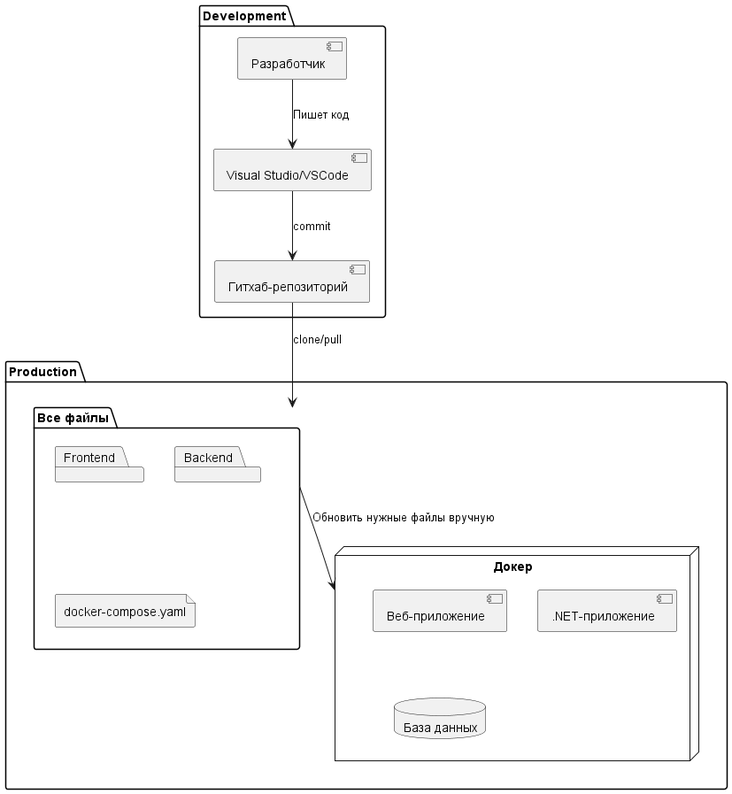
Above: out/Технический проект/Деплоймент/maintenance/maintenance.png in LiD-Meggatech/architecture (PlantUML), before the change. Its diagram source:
```plantuml
@startuml

package Development {
    component "Разработчик" as developer
    component "Visual Studio/VSCode" as IDE
    component "Гитхаб-репозиторий" as github

    developer --> IDE : "Пишет код"
    IDE --> github : "commit"
}

package Production {
    folder "Все файлы" as files {
        package "Frontend"
        package "Backend"
        file "docker-compose.yaml"
    }

    node "Докер" as docker {
        component "Веб-приложение"
        component ".NET-приложение"
        database "База данных"
    }
}

github --> files : "clone/pull"
files --> docker : "Обновить нужные файлы вручную"

@enduml
```
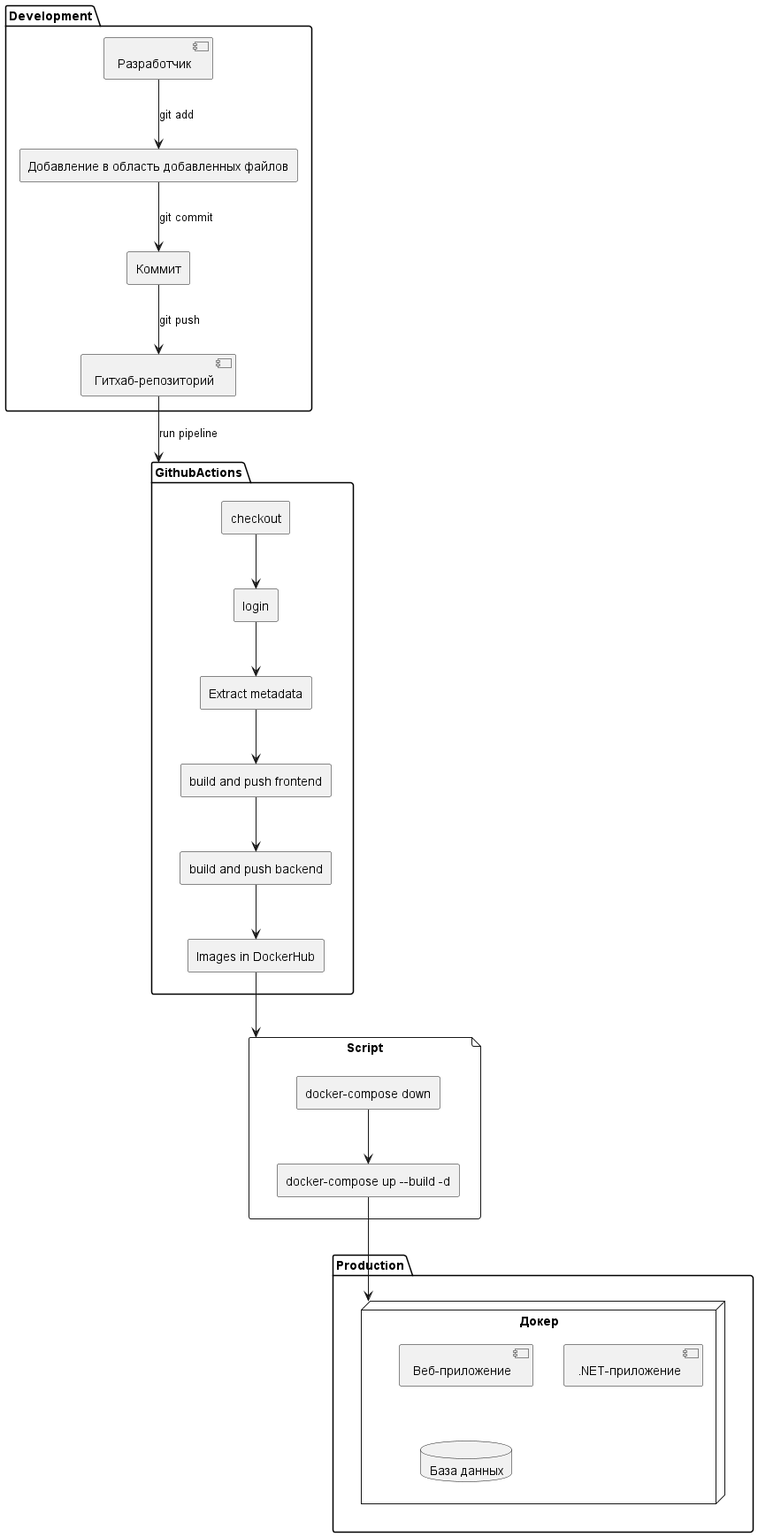
After the commit.

Commit message:
Обновлена диаграмма сопровождения

Diff of the diagram source:
```diff
@@ -2,20 +2,16 @@
 
 package Development {
     component "Разработчик" as developer
-    component "Visual Studio/VSCode" as IDE
     component "Гитхаб-репозиторий" as github
+    rectangle "Добавление в область добавленных файлов" as add
+    rectangle "Коммит" as commit
 
-    developer --> IDE : "Пишет код"
-    IDE --> github : "commit"
+    developer --> add : "git add"
+    add --> commit: "git commit"
+    commit --> github: "git push"
 }
 
 package Production {
-    folder "Все файлы" as files {
-        package "Frontend"
-        package "Backend"
-        file "docker-compose.yaml"
-    }
-
     node "Докер" as docker {
         component "Веб-приложение"
         component ".NET-приложение"
@@ -23,7 +19,31 @@
     }
 }
 
-github --> files : "clone/pull"
-files --> docker : "Обновить нужные файлы вручную"
+package GithubActions {
+    rectangle "checkout" as checkout
+    rectangle "login" as login
+    rectangle "Extract metadata" as metadata
+    rectangle "build and push frontend" as frontend
+    rectangle "build and push backend" as backend
+    rectangle "Images in DockerHub" as DockerHub
+}
+
+File Script {
+    rectangle "docker-compose down" as down
+    rectangle "docker-compose up --build -d" as up
+}
+
+github --> GithubActions : "run pipeline"
+
+checkout --> login
+login --> metadata
+metadata --> frontend
+frontend --> backend
+backend --> DockerHub
+
+DockerHub --> Script
+
+down --> up
+up --> docker
 
 @enduml
```
